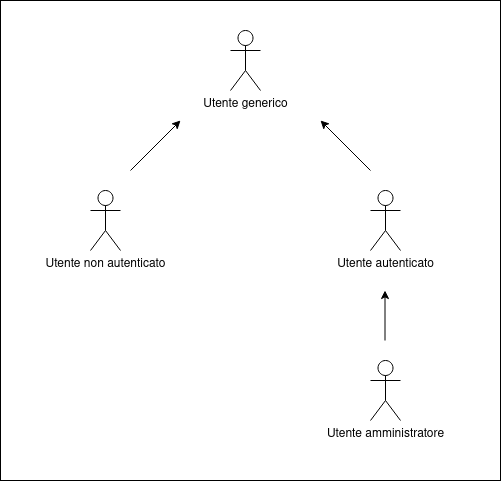
The draw.io diagram esterni/analisi_dei_requisiti/images/diagramma_attori.png in lineCode-swe/docs, before a commit. Source tidied: cells renumbered, new cells last; positions are measured from the earlier drawing's top-left corner, leaving out a move shared by most shapes. The source it was exported from:
```xml
<mxGraphModel background="#ffffff">
  <root>
    <mxCell id="0" />
    <mxCell id="1" parent="0" />
    <mxCell id="2" style="rounded=0;whiteSpace=wrap;html=1;" parent="1" vertex="1">
      <mxGeometry width="500" height="480" as="geometry" />
    </mxCell>
    <mxCell id="3" value="&lt;div&gt;Utente generico&lt;/div&gt;" style="shape=umlActor;verticalLabelPosition=bottom;verticalAlign=top;html=1;" parent="1" vertex="1">
      <mxGeometry x="230" y="30" width="30" height="60" as="geometry" />
    </mxCell>
    <mxCell id="4" value="Utente non autenticato" style="shape=umlActor;verticalLabelPosition=bottom;verticalAlign=top;html=1;" parent="1" vertex="1">
      <mxGeometry x="90" y="190" width="30" height="60" as="geometry" />
    </mxCell>
    <mxCell id="5" value="&lt;div&gt;Utente autenticato&lt;/div&gt;" style="shape=umlActor;verticalLabelPosition=bottom;verticalAlign=top;html=1;" parent="1" vertex="1">
      <mxGeometry x="370" y="190" width="30" height="60" as="geometry" />
    </mxCell>
    <mxCell id="6" style="endArrow=classic;html=1;" parent="1" edge="1">
      <mxGeometry relative="1" as="geometry">
        <mxPoint x="130" y="170" as="sourcePoint" />
        <mxPoint x="180" y="120" as="targetPoint" />
      </mxGeometry>
    </mxCell>
    <mxCell id="7" style="endArrow=classic;html=1;" parent="1" edge="1">
      <mxGeometry relative="1" as="geometry">
        <mxPoint x="370" y="170" as="sourcePoint" />
        <mxPoint x="320" y="120" as="targetPoint" />
      </mxGeometry>
    </mxCell>
    <mxCell id="8" style="endArrow=classic;html=1;" parent="1" edge="1">
      <mxGeometry relative="1" as="geometry">
        <mxPoint x="384.5" y="340" as="sourcePoint" />
        <mxPoint x="384.5" y="290" as="targetPoint" />
      </mxGeometry>
    </mxCell>
    <mxCell id="9" value="&lt;div&gt;Utente amministratore&lt;/div&gt;" style="shape=umlActor;verticalLabelPosition=bottom;verticalAlign=top;html=1;" parent="1" vertex="1">
      <mxGeometry x="370" y="360" width="30" height="60" as="geometry" />
    </mxCell>
  </root>
</mxGraphModel>
```
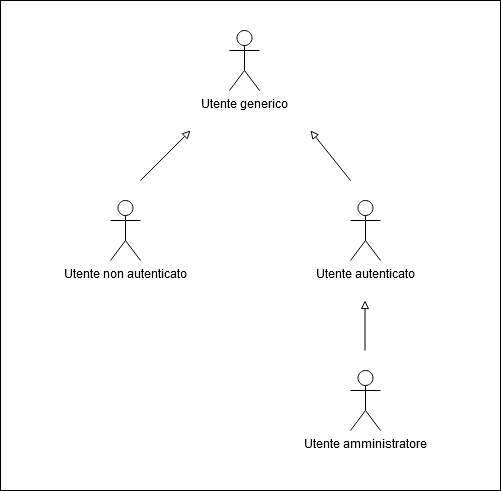
The same diagram one commit later.

Commit message:
Corretto immagine albero attori

Ora l'immagine risulta conforme agli standard di Cardin per quanto riguarda i diagrammi

Diff of the diagram source:
```diff
@@ -1,39 +1,39 @@
-<mxGraphModel background="#ffffff">
+<mxGraphModel>
   <root>
     <mxCell id="0" />
     <mxCell id="1" parent="0" />
-    <mxCell id="2" style="rounded=0;whiteSpace=wrap;html=1;" parent="1" vertex="1">
-      <mxGeometry width="500" height="480" as="geometry" />
-    </mxCell>
+    <mxCell id="10" style="rounded=0;whiteSpace=wrap;html=1;" parent="1" vertex="1">
+      <mxGeometry x="-10" y="-20" width="500" height="490" as="geometry" />
+    </mxCell>
     <mxCell id="3" value="&lt;div&gt;Utente generico&lt;/div&gt;" style="shape=umlActor;verticalLabelPosition=bottom;verticalAlign=top;html=1;" parent="1" vertex="1">
-      <mxGeometry x="230" y="30" width="30" height="60" as="geometry" />
+      <mxGeometry x="219" y="10" width="30" height="60" as="geometry" />
     </mxCell>
+    <mxCell id="11" style="endArrow=block;html=1;endFill=0;" parent="1" edge="1">
+      <mxGeometry relative="1" as="geometry">
+        <mxPoint x="130" y="160" as="sourcePoint" />
+        <mxPoint x="180" y="110" as="targetPoint" />
+      </mxGeometry>
+    </mxCell>
     <mxCell id="4" value="Utente non autenticato" style="shape=umlActor;verticalLabelPosition=bottom;verticalAlign=top;html=1;" parent="1" vertex="1">
-      <mxGeometry x="90" y="190" width="30" height="60" as="geometry" />
+      <mxGeometry x="100" y="180" width="30" height="60" as="geometry" />
     </mxCell>
-    <mxCell id="5" value="&lt;div&gt;Utente autenticato&lt;/div&gt;" style="shape=umlActor;verticalLabelPosition=bottom;verticalAlign=top;html=1;" parent="1" vertex="1">
-      <mxGeometry x="370" y="190" width="30" height="60" as="geometry" />
+    <mxCell id="5" value="Utente autenticato" style="shape=umlActor;verticalLabelPosition=bottom;verticalAlign=top;html=1;" parent="1" vertex="1">
+      <mxGeometry x="340" y="180" width="30" height="60" as="geometry" />
     </mxCell>
-    <mxCell id="6" style="endArrow=classic;html=1;" parent="1" edge="1">
-      <mxGeometry relative="1" as="geometry">
-        <mxPoint x="130" y="170" as="sourcePoint" />
-        <mxPoint x="180" y="120" as="targetPoint" />
-      </mxGeometry>
-    </mxCell>
-    <mxCell id="7" style="endArrow=classic;html=1;" parent="1" edge="1">
-      <mxGeometry relative="1" as="geometry">
-        <mxPoint x="370" y="170" as="sourcePoint" />
-        <mxPoint x="320" y="120" as="targetPoint" />
-      </mxGeometry>
-    </mxCell>
-    <mxCell id="8" style="endArrow=classic;html=1;" parent="1" edge="1">
-      <mxGeometry relative="1" as="geometry">
-        <mxPoint x="384.5" y="340" as="sourcePoint" />
-        <mxPoint x="384.5" y="290" as="targetPoint" />
-      </mxGeometry>
-    </mxCell>
+    <mxCell id="12" style="endArrow=block;html=1;endFill=0;" parent="1" edge="1">
+      <mxGeometry relative="1" as="geometry">
+        <mxPoint x="340" y="160" as="sourcePoint" />
+        <mxPoint x="300" y="110" as="targetPoint" />
+      </mxGeometry>
+    </mxCell>
+    <mxCell id="13" style="endArrow=block;html=1;endFill=0;" parent="1" edge="1">
+      <mxGeometry relative="1" as="geometry">
+        <mxPoint x="354.5" y="330" as="sourcePoint" />
+        <mxPoint x="354.5" y="280" as="targetPoint" />
+      </mxGeometry>
+    </mxCell>
-    <mxCell id="9" value="&lt;div&gt;Utente amministratore&lt;/div&gt;" style="shape=umlActor;verticalLabelPosition=bottom;verticalAlign=top;html=1;" parent="1" vertex="1">
-      <mxGeometry x="370" y="360" width="30" height="60" as="geometry" />
+    <mxCell id="9" value="&lt;div&gt;Utente amministratore&lt;/div&gt;&lt;div&gt;&lt;br&gt;&lt;/div&gt;" style="shape=umlActor;verticalLabelPosition=bottom;verticalAlign=top;html=1;" parent="1" vertex="1">
+      <mxGeometry x="340" y="350" width="30" height="60" as="geometry" />
     </mxCell>
   </root>
 </mxGraphModel>
```
